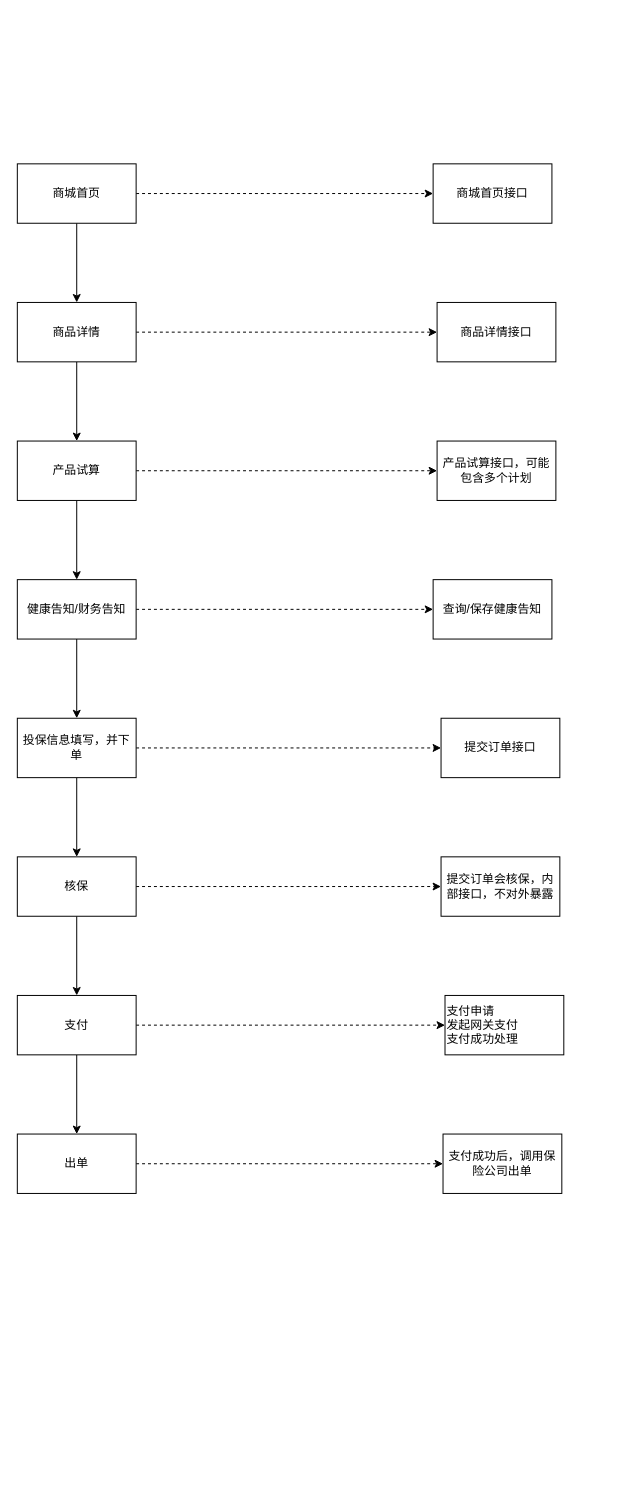
Above: page "商城核心业务流程" (2 of 2) of 场景出单.drawio in wang86924324/workstation (draw.io), before the change. Source tidied: cells renumbered, new cells numbered last; positions are measured from the earlier drawing's top-left corner, leaving out a move shared by most shapes. Both pictures are drawn from the tidied source at 99%, with x=0, y=0 at pixel (17, 163).
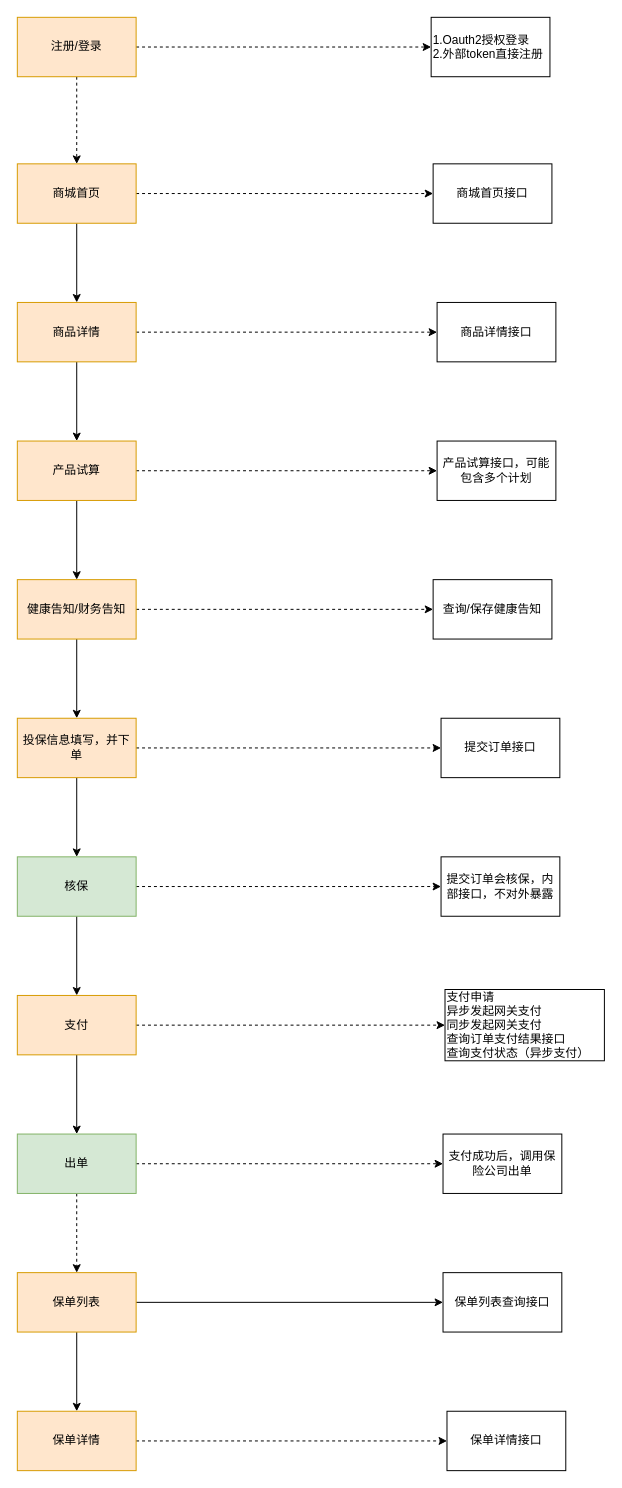
After the change.

Commit message:
更新场景出单.drawio

The edit, as a diff of the source:
```diff
@@
-    <mxCell id="4" value="商城首页" style="rounded=0;whiteSpace=wrap;html=1;" parent="1" vertex="1">
+    <mxCell id="4" value="商城首页" style="rounded=0;whiteSpace=wrap;html=1;fillColor=#ffe6cc;strokeColor=#d79b00;" parent="1" vertex="1">
       <mxGeometry width="120" height="60" as="geometry" />
     </mxCell>
@@
-    <mxCell id="7" value="商品详情" style="rounded=0;whiteSpace=wrap;html=1;" parent="1" vertex="1">
+    <mxCell id="7" value="商品详情" style="rounded=0;whiteSpace=wrap;html=1;fillColor=#ffe6cc;strokeColor=#d79b00;" parent="1" vertex="1">
       <mxGeometry y="140" width="120" height="60" as="geometry" />
     </mxCell>
@@
-    <mxCell id="10" value="产品试算" style="rounded=0;whiteSpace=wrap;html=1;" parent="1" vertex="1">
+    <mxCell id="10" value="产品试算" style="rounded=0;whiteSpace=wrap;html=1;fillColor=#ffe6cc;strokeColor=#d79b00;" parent="1" vertex="1">
       <mxGeometry y="280" width="120" height="60" as="geometry" />
     </mxCell>
@@
-    <mxCell id="13" value="健康告知/财务告知" style="rounded=0;whiteSpace=wrap;html=1;" parent="1" vertex="1">
+    <mxCell id="13" value="健康告知/财务告知" style="rounded=0;whiteSpace=wrap;html=1;fillColor=#ffe6cc;strokeColor=#d79b00;" parent="1" vertex="1">
       <mxGeometry y="420" width="120" height="60" as="geometry" />
     </mxCell>
@@
-    <mxCell id="16" value="投保信息填写，并下单" style="rounded=0;whiteSpace=wrap;html=1;" parent="1" vertex="1">
+    <mxCell id="16" value="投保信息填写，并下单" style="rounded=0;whiteSpace=wrap;html=1;fillColor=#ffe6cc;strokeColor=#d79b00;" parent="1" vertex="1">
       <mxGeometry y="560" width="120" height="60" as="geometry" />
     </mxCell>
@@
-    <mxCell id="19" value="核保" style="rounded=0;whiteSpace=wrap;html=1;" parent="1" vertex="1">
+    <mxCell id="19" value="核保" style="rounded=0;whiteSpace=wrap;html=1;fillColor=#d5e8d4;strokeColor=#82b366;" parent="1" vertex="1">
       <mxGeometry y="700" width="120" height="60" as="geometry" />
     </mxCell>
@@
-    <mxCell id="22" value="支付" style="rounded=0;whiteSpace=wrap;html=1;" parent="1" vertex="1">
+    <mxCell id="22" value="支付" style="rounded=0;whiteSpace=wrap;html=1;fillColor=#ffe6cc;strokeColor=#d79b00;" parent="1" vertex="1">
       <mxGeometry y="840" width="120" height="60" as="geometry" />
     </mxCell>
@@
+    <mxCell id="33" style="edgeStyle=orthogonalEdgeStyle;rounded=0;jettySize=auto;html=1;exitX=0.5;exitY=1;exitDx=0;exitDy=0;dashed=1;" parent="1" edge="1" source="24" target="36">
+      <mxGeometry relative="1" as="geometry" />
+    </mxCell>
-    <mxCell id="24" value="出单" style="rounded=0;whiteSpace=wrap;html=1;" parent="1" vertex="1">
+    <mxCell id="24" value="出单" style="rounded=0;whiteSpace=wrap;html=1;fillColor=#d5e8d4;strokeColor=#82b366;" parent="1" vertex="1">
       <mxGeometry y="980" width="120" height="60" as="geometry" />
     </mxCell>
@@
-    <mxCell id="31" value="支付申请&lt;br&gt;发起网关支付&lt;br&gt;支付成功处理" style="rounded=0;whiteSpace=wrap;html=1;align=left;" parent="1" vertex="1">
-      <mxGeometry x="432" y="840" width="120" height="60" as="geometry" />
+    <mxCell id="31" value="支付申请&lt;br&gt;异步发起网关支付&lt;br&gt;同步发起网关支付&lt;br&gt;查询订单支付结果接口&lt;br&gt;查询支付状态（异步支付）" style="rounded=0;whiteSpace=wrap;html=1;align=left;" parent="1" vertex="1">
+      <mxGeometry x="432" y="834" width="161" height="72" as="geometry" />
     </mxCell>
@@
+    <mxCell id="34" style="edgeStyle=orthogonalEdgeStyle;rounded=0;jettySize=auto;html=1;" parent="1" edge="1" source="36" target="38">
+      <mxGeometry relative="1" as="geometry" />
+    </mxCell>
+    <mxCell id="35" style="edgeStyle=orthogonalEdgeStyle;rounded=0;jettySize=auto;html=1;" parent="1" edge="1" source="36" target="39">
+      <mxGeometry relative="1" as="geometry" />
+    </mxCell>
+    <mxCell id="36" value="保单列表" style="rounded=0;whiteSpace=wrap;html=1;fillColor=#ffe6cc;strokeColor=#d79b00;" parent="1" vertex="1">
+      <mxGeometry y="1120" width="120" height="60" as="geometry" />
+    </mxCell>
+    <mxCell id="37" style="edgeStyle=orthogonalEdgeStyle;rounded=0;jettySize=auto;html=1;dashed=1;" parent="1" edge="1" source="38" target="40">
+      <mxGeometry relative="1" as="geometry" />
+    </mxCell>
+    <mxCell id="38" value="保单详情" style="rounded=0;whiteSpace=wrap;html=1;fillColor=#ffe6cc;strokeColor=#d79b00;" parent="1" vertex="1">
+      <mxGeometry y="1260" width="120" height="60" as="geometry" />
+    </mxCell>
+    <mxCell id="39" value="保单列表查询接口" style="rounded=0;whiteSpace=wrap;html=1;" parent="1" vertex="1">
+      <mxGeometry x="430" y="1120" width="120" height="60" as="geometry" />
+    </mxCell>
+    <mxCell id="40" value="保单详情接口" style="rounded=0;whiteSpace=wrap;html=1;" parent="1" vertex="1">
+      <mxGeometry x="434" y="1260" width="120" height="60" as="geometry" />
+    </mxCell>
+    <mxCell id="41" style="edgeStyle=orthogonalEdgeStyle;rounded=0;jettySize=auto;html=1;dashed=1;" parent="1" edge="1" source="43" target="4">
+      <mxGeometry relative="1" as="geometry" />
+    </mxCell>
+    <mxCell id="42" style="edgeStyle=orthogonalEdgeStyle;rounded=0;jettySize=auto;html=1;dashed=1;" parent="1" edge="1" source="43" target="44">
+      <mxGeometry relative="1" as="geometry" />
+    </mxCell>
+    <mxCell id="43" value="注册/登录" style="rounded=0;whiteSpace=wrap;html=1;fillColor=#ffe6cc;strokeColor=#d79b00;" parent="1" vertex="1">
+      <mxGeometry y="-148" width="120" height="60" as="geometry" />
+    </mxCell>
+    <mxCell id="44" value="1.Oauth2授权登录&lt;br&gt;2.外部token直接注册" style="rounded=0;whiteSpace=wrap;html=1;align=left;" parent="1" vertex="1">
+      <mxGeometry x="418" y="-148" width="120" height="60" as="geometry" />
+    </mxCell>
```
